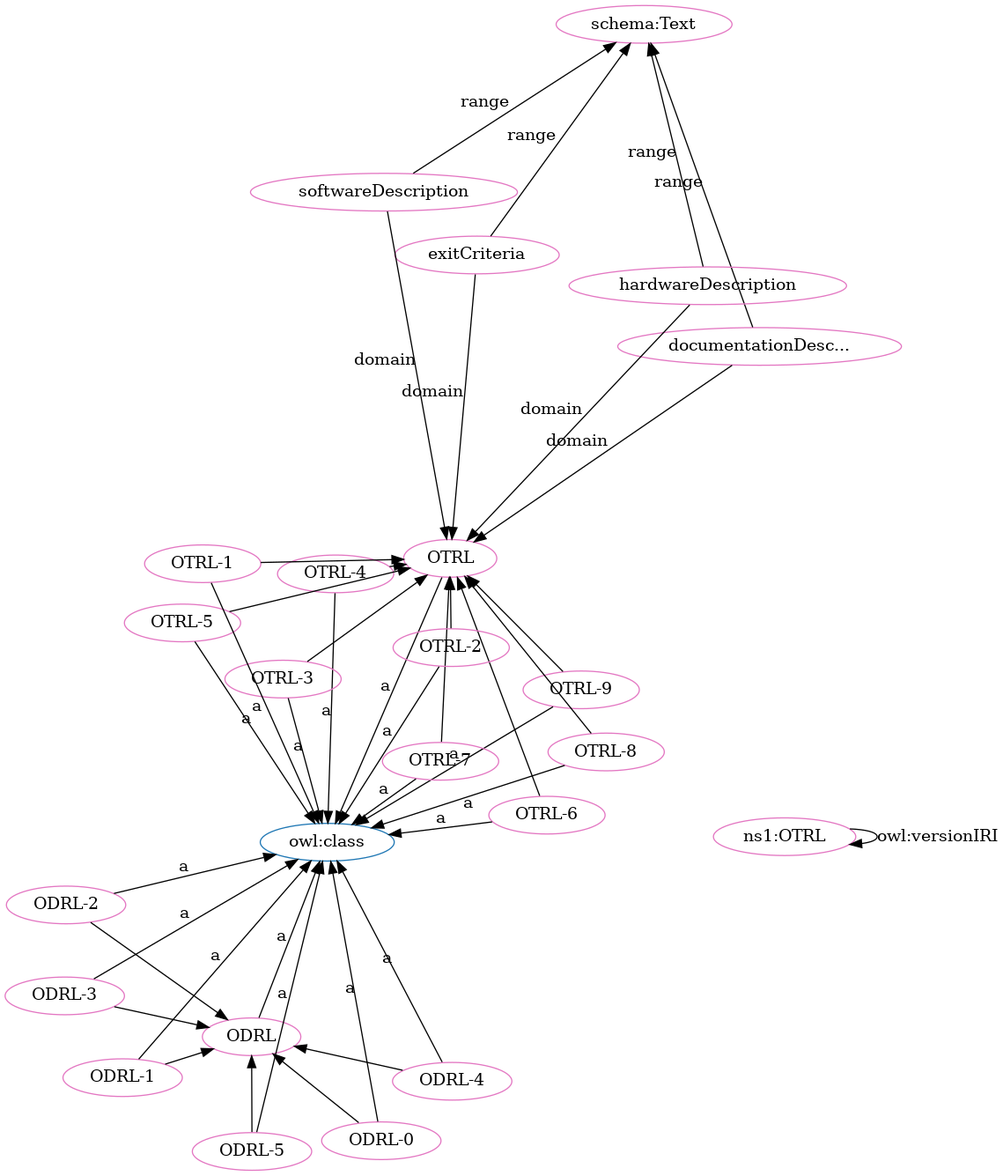
Above: OTRL-clean.png in OPEN-NEXT/OKH-LOSH (Graphviz), before the change. Its source is kept beside it as OTRL-clean.dot.
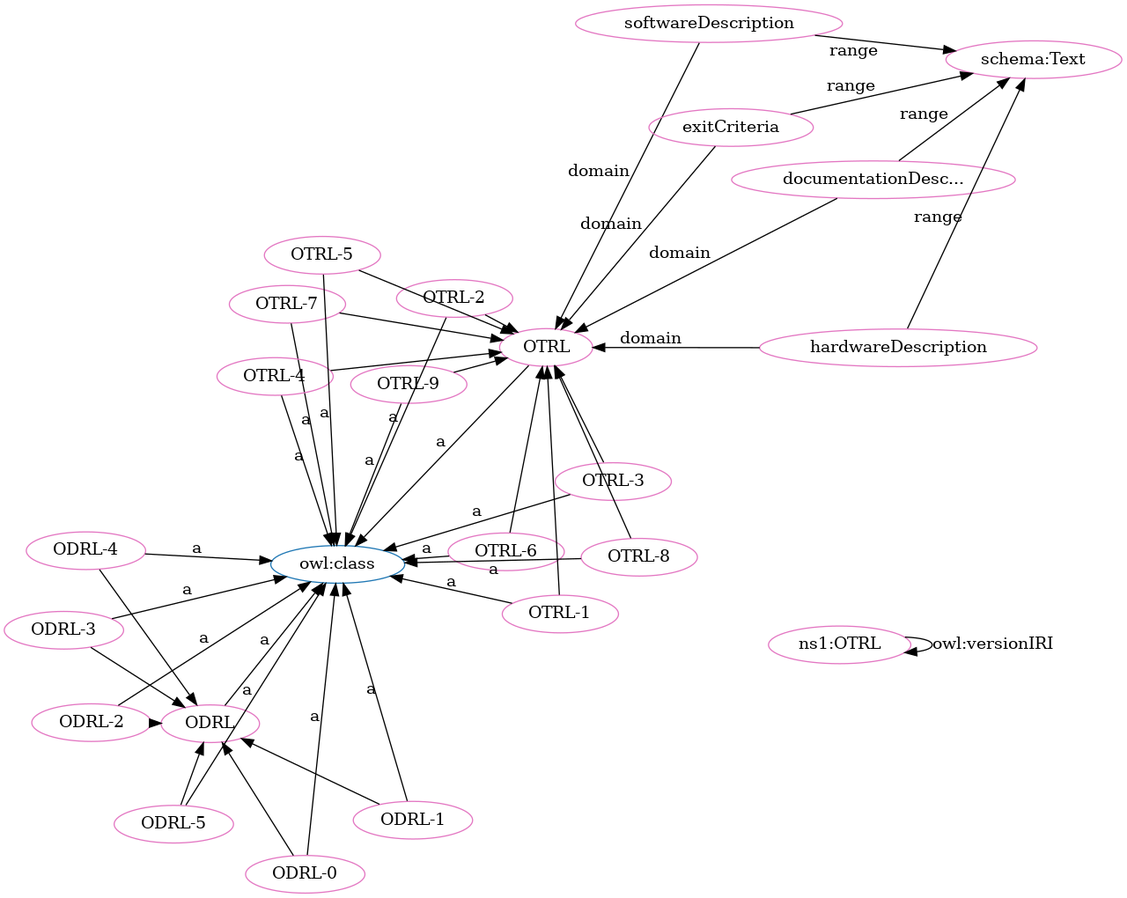
Above is the later version.

The edit, as a diff of the source:
```diff
@@ -1,71 +1,71 @@
 digraph G {
   rankdir=BT
   node[height=.3]
+"http://www.w3.org/2002/07/owl#class" [fillcolor="#1f77b4" color="#1f77b4" label="owl:class"]
+"http://purl.org/oseg/ontologies/OTRL#OTRL" [fillcolor="#1f77b4" color="#1f77b4" label="OTRL"]
 "http://purl.org/oseg/ontologies/OTRL#ODRL" [fillcolor="#1f77b4" color="#1f77b4" label="ODRL"]
-"http://purl.org/oseg/ontologies/OTRL#OTRL" [fillcolor="#1f77b4" color="#1f77b4" label="OTRL"]
-"http://www.w3.org/2002/07/owl#class" [fillcolor="#1f77b4" color="#1f77b4" label="owl:class"]
+"http://purl.org/oseg/ontologies/OTRL#ODRL-4" [fillcolor="#e377c2" color="#e377c2" label="ODRL-4"]
+"http://purl.org/oseg/ontologies/OTRL#ODRL-0" [fillcolor="#e377c2" color="#e377c2" label="ODRL-0"]
+"http://purl.org/oseg/ontologies/OTRL#OTRL" [fillcolor="#e377c2" color="#e377c2" label="OTRL"]
+"http://schema.org/Text" [fillcolor="#e377c2" color="#e377c2" label="schema:Text"]
+"http://purl.org/oseg/ontologies/OTRL#OTRL-7" [fillcolor="#e377c2" color="#e377c2" label="OTRL-7"]
+"http://purl.org/oseg/ontologies/OTRL#documentationDescription" [fillcolor="#e377c2" color="#e377c2" label="documentationDesc..."]
+"http://purl.org/oseg/ontologies/OTRL#softwareDescription" [fillcolor="#e377c2" color="#e377c2" label="softwareDescription"]
+"http://purl.org/oseg/ontologies/OTRL#OTRL-4" [fillcolor="#e377c2" color="#e377c2" label="OTRL-4"]
+"http://purl.org/oseg/ontologies/OTRL" [fillcolor="#e377c2" color="#e377c2" label="ns1:OTRL"]
+"http://purl.org/oseg/ontologies/OTRL#ODRL" [fillcolor="#e377c2" color="#e377c2" label="ODRL"]
+"http://purl.org/oseg/ontologies/OTRL#OTRL-3" [fillcolor="#e377c2" color="#e377c2" label="OTRL-3"]
+"http://purl.org/oseg/ontologies/OTRL#OTRL-9" [fillcolor="#e377c2" color="#e377c2" label="OTRL-9"]
+"http://purl.org/oseg/ontologies/OTRL#OTRL-6" [fillcolor="#e377c2" color="#e377c2" label="OTRL-6"]
+"http://purl.org/oseg/ontologies/OTRL#hardwareDescription" [fillcolor="#e377c2" color="#e377c2" label="hardwareDescription"]
+"http://purl.org/oseg/ontologies/OTRL#OTRL-2" [fillcolor="#e377c2" color="#e377c2" label="OTRL-2"]
+"http://purl.org/oseg/ontologies/OTRL#ODRL-5" [fillcolor="#e377c2" color="#e377c2" label="ODRL-5"]
+"http://purl.org/oseg/ontologies/OTRL#ODRL-1" [fillcolor="#e377c2" color="#e377c2" label="ODRL-1"]
+"http://purl.org/oseg/ontologies/OTRL#OTRL-1" [fillcolor="#e377c2" color="#e377c2" label="OTRL-1"]
+"http://purl.org/oseg/ontologies/OTRL#OTRL-5" [fillcolor="#e377c2" color="#e377c2" label="OTRL-5"]
 "http://purl.org/oseg/ontologies/OTRL#ODRL-3" [fillcolor="#e377c2" color="#e377c2" label="ODRL-3"]
-"http://purl.org/oseg/ontologies/OTRL#OTRL-9" [fillcolor="#e377c2" color="#e377c2" label="OTRL-9"]
-"http://purl.org/oseg/ontologies/OTRL#ODRL" [fillcolor="#e377c2" color="#e377c2" label="ODRL"]
-"http://purl.org/oseg/ontologies/OTRL#documentationDescription" [fillcolor="#e377c2" color="#e377c2" label="documentationDesc..."]
-"http://purl.org/oseg/ontologies/OTRL#OTRL" [fillcolor="#e377c2" color="#e377c2" label="OTRL"]
-"http://purl.org/oseg/ontologies/OTRL#ODRL-5" [fillcolor="#e377c2" color="#e377c2" label="ODRL-5"]
+"http://purl.org/oseg/ontologies/OTRL#OTRL-8" [fillcolor="#e377c2" color="#e377c2" label="OTRL-8"]
 "http://purl.org/oseg/ontologies/OTRL#ODRL-2" [fillcolor="#e377c2" color="#e377c2" label="ODRL-2"]
-"http://purl.org/oseg/ontologies/OTRL#OTRL-4" [fillcolor="#e377c2" color="#e377c2" label="OTRL-4"]
-"http://purl.org/oseg/ontologies/OTRL#OTRL-7" [fillcolor="#e377c2" color="#e377c2" label="OTRL-7"]
-"http://purl.org/oseg/ontologies/OTRL#ODRL-0" [fillcolor="#e377c2" color="#e377c2" label="ODRL-0"]
-"http://purl.org/oseg/ontologies/OTRL#ODRL-1" [fillcolor="#e377c2" color="#e377c2" label="ODRL-1"]
-"http://purl.org/oseg/ontologies/OTRL#OTRL-3" [fillcolor="#e377c2" color="#e377c2" label="OTRL-3"]
-"http://schema.org/Text" [fillcolor="#e377c2" color="#e377c2" label="schema:Text"]
-"http://purl.org/oseg/ontologies/OTRL#OTRL-8" [fillcolor="#e377c2" color="#e377c2" label="OTRL-8"]
-"http://purl.org/oseg/ontologies/OTRL#OTRL-6" [fillcolor="#e377c2" color="#e377c2" label="OTRL-6"]
-"http://purl.org/oseg/ontologies/OTRL#ODRL-4" [fillcolor="#e377c2" color="#e377c2" label="ODRL-4"]
-"http://purl.org/oseg/ontologies/OTRL#OTRL-5" [fillcolor="#e377c2" color="#e377c2" label="OTRL-5"]
 "http://purl.org/oseg/ontologies/OTRL#exitCriteria" [fillcolor="#e377c2" color="#e377c2" label="exitCriteria"]
-"http://purl.org/oseg/ontologies/OTRL" [fillcolor="#e377c2" color="#e377c2" label="ns1:OTRL"]
-"http://purl.org/oseg/ontologies/OTRL#softwareDescription" [fillcolor="#e377c2" color="#e377c2" label="softwareDescription"]
-"http://purl.org/oseg/ontologies/OTRL#hardwareDescription" [fillcolor="#e377c2" color="#e377c2" label="hardwareDescription"]
-"http://purl.org/oseg/ontologies/OTRL#OTRL-1" [fillcolor="#e377c2" color="#e377c2" label="OTRL-1"]
-"http://purl.org/oseg/ontologies/OTRL#OTRL-2" [fillcolor="#e377c2" color="#e377c2" label="OTRL-2"]
+  "http://purl.org/oseg/ontologies/OTRL#ODRL-0" -> "http://www.w3.org/2002/07/owl#class" [label="a"]
+  "http://purl.org/oseg/ontologies/OTRL#exitCriteria" -> "http://schema.org/Text" [label="range"]
+  "http://purl.org/oseg/ontologies/OTRL#OTRL-7" -> "http://www.w3.org/2002/07/owl#class" [label="a"]
+  "http://purl.org/oseg/ontologies/OTRL#ODRL-5" -> "http://purl.org/oseg/ontologies/OTRL#ODRL" [label=""]
+  "http://purl.org/oseg/ontologies/OTRL#OTRL-3" -> "http://www.w3.org/2002/07/owl#class" [label="a"]
+  "http://purl.org/oseg/ontologies/OTRL" -> "http://purl.org/oseg/ontologies/OTRL" [label="owl:versionIRI"]
+  "http://purl.org/oseg/ontologies/OTRL#OTRL-1" -> "http://purl.org/oseg/ontologies/OTRL#OTRL" [label=""]
+  "http://purl.org/oseg/ontologies/OTRL#documentationDescription" -> "http://schema.org/Text" [label="range"]
+  "http://purl.org/oseg/ontologies/OTRL#ODRL-5" -> "http://www.w3.org/2002/07/owl#class" [label="a"]
+  "http://purl.org/oseg/ontologies/OTRL#softwareDescription" -> "http://schema.org/Text" [label="range"]
+  "http://purl.org/oseg/ontologies/OTRL#OTRL-4" -> "http://purl.org/oseg/ontologies/OTRL#OTRL" [label=""]
+  "http://purl.org/oseg/ontologies/OTRL#OTRL-8" -> "http://purl.org/oseg/ontologies/OTRL#OTRL" [label=""]
+  "http://purl.org/oseg/ontologies/OTRL#documentationDescription" -> "http://purl.org/oseg/ontologies/OTRL#OTRL" [label="domain"]
+  "http://purl.org/oseg/ontologies/OTRL#OTRL-3" -> "http://purl.org/oseg/ontologies/OTRL#OTRL" [label=""]
+  "http://purl.org/oseg/ontologies/OTRL#OTRL-2" -> "http://purl.org/oseg/ontologies/OTRL#OTRL" [label=""]
+  "http://purl.org/oseg/ontologies/OTRL#ODRL-1" -> "http://purl.org/oseg/ontologies/OTRL#ODRL" [label=""]
+  "http://purl.org/oseg/ontologies/OTRL#ODRL-1" -> "http://www.w3.org/2002/07/owl#class" [label="a"]
+  "http://purl.org/oseg/ontologies/OTRL#OTRL-1" -> "http://www.w3.org/2002/07/owl#class" [label="a"]
+  "http://purl.org/oseg/ontologies/OTRL#OTRL-8" -> "http://www.w3.org/2002/07/owl#class" [label="a"]
+  "http://purl.org/oseg/ontologies/OTRL#ODRL-2" -> "http://www.w3.org/2002/07/owl#class" [label="a"]
+  "http://purl.org/oseg/ontologies/OTRL#ODRL-4" -> "http://www.w3.org/2002/07/owl#class" [label="a"]
+  "http://purl.org/oseg/ontologies/OTRL#OTRL-6" -> "http://purl.org/oseg/ontologies/OTRL#OTRL" [label=""]
+  "http://purl.org/oseg/ontologies/OTRL#OTRL-9" -> "http://purl.org/oseg/ontologies/OTRL#OTRL" [label=""]
+  "http://purl.org/oseg/ontologies/OTRL#OTRL-4" -> "http://www.w3.org/2002/07/owl#class" [label="a"]
+  "http://purl.org/oseg/ontologies/OTRL#ODRL-2" -> "http://purl.org/oseg/ontologies/OTRL#ODRL" [label=""]
+  "http://purl.org/oseg/ontologies/OTRL#OTRL-9" -> "http://www.w3.org/2002/07/owl#class" [label="a"]
+  "http://purl.org/oseg/ontologies/OTRL#ODRL-4" -> "http://purl.org/oseg/ontologies/OTRL#ODRL" [label=""]
+  "http://purl.org/oseg/ontologies/OTRL#OTRL-5" -> "http://purl.org/oseg/ontologies/OTRL#OTRL" [label=""]
+  "http://purl.org/oseg/ontologies/OTRL#OTRL-6" -> "http://www.w3.org/2002/07/owl#class" [label="a"]
+  "http://purl.org/oseg/ontologies/OTRL#OTRL-2" -> "http://www.w3.org/2002/07/owl#class" [label="a"]
+  "http://purl.org/oseg/ontologies/OTRL#ODRL" -> "http://www.w3.org/2002/07/owl#class" [label="a"]
+  "http://purl.org/oseg/ontologies/OTRL#OTRL" -> "http://www.w3.org/2002/07/owl#class" [label="a"]
+  "http://purl.org/oseg/ontologies/OTRL#softwareDescription" -> "http://purl.org/oseg/ontologies/OTRL#OTRL" [label="domain"]
+  "http://purl.org/oseg/ontologies/OTRL#hardwareDescription" -> "http://schema.org/Text" [label="range"]
+  "http://purl.org/oseg/ontologies/OTRL#ODRL-3" -> "http://purl.org/oseg/ontologies/OTRL#ODRL" [label=""]
+  "http://purl.org/oseg/ontologies/OTRL#hardwareDescription" -> "http://purl.org/oseg/ontologies/OTRL#OTRL" [label="domain"]
+  "http://purl.org/oseg/ontologies/OTRL#OTRL-5" -> "http://www.w3.org/2002/07/owl#class" [label="a"]
   "http://purl.org/oseg/ontologies/OTRL#ODRL-3" -> "http://www.w3.org/2002/07/owl#class" [label="a"]
-  "http://purl.org/oseg/ontologies/OTRL#ODRL-4" -> "http://purl.org/oseg/ontologies/OTRL#ODRL" [label=""]
+  "http://purl.org/oseg/ontologies/OTRL#exitCriteria" -> "http://purl.org/oseg/ontologies/OTRL#OTRL" [label="domain"]
   "http://purl.org/oseg/ontologies/OTRL#OTRL-7" -> "http://purl.org/oseg/ontologies/OTRL#OTRL" [label=""]
-  "http://purl.org/oseg/ontologies/OTRL#ODRL-5" -> "http://www.w3.org/2002/07/owl#class" [label="a"]
-  "http://purl.org/oseg/ontologies/OTRL#OTRL-4" -> "http://www.w3.org/2002/07/owl#class" [label="a"]
-  "http://purl.org/oseg/ontologies/OTRL#OTRL-7" -> "http://www.w3.org/2002/07/owl#class" [label="a"]
-  "http://purl.org/oseg/ontologies/OTRL#documentationDescription" -> "http://purl.org/oseg/ontologies/OTRL#OTRL" [label="domain"]
-  "http://purl.org/oseg/ontologies/OTRL#softwareDescription" -> "http://purl.org/oseg/ontologies/OTRL#OTRL" [label="domain"]
   "http://purl.org/oseg/ontologies/OTRL#ODRL-0" -> "http://purl.org/oseg/ontologies/OTRL#ODRL" [label=""]
-  "http://purl.org/oseg/ontologies/OTRL#ODRL-1" -> "http://www.w3.org/2002/07/owl#class" [label="a"]
-  "http://purl.org/oseg/ontologies/OTRL#OTRL-3" -> "http://www.w3.org/2002/07/owl#class" [label="a"]
-  "http://purl.org/oseg/ontologies/OTRL#OTRL-6" -> "http://www.w3.org/2002/07/owl#class" [label="a"]
-  "http://purl.org/oseg/ontologies/OTRL#hardwareDescription" -> "http://purl.org/oseg/ontologies/OTRL#OTRL" [label="domain"]
-  "http://purl.org/oseg/ontologies/OTRL#OTRL-4" -> "http://purl.org/oseg/ontologies/OTRL#OTRL" [label=""]
-  "http://purl.org/oseg/ontologies/OTRL#exitCriteria" -> "http://schema.org/Text" [label="range"]
-  "http://purl.org/oseg/ontologies/OTRL#documentationDescription" -> "http://schema.org/Text" [label="range"]
-  "http://purl.org/oseg/ontologies/OTRL#OTRL-8" -> "http://purl.org/oseg/ontologies/OTRL#OTRL" [label=""]
-  "http://purl.org/oseg/ontologies/OTRL#ODRL-3" -> "http://purl.org/oseg/ontologies/OTRL#ODRL" [label=""]
-  "http://purl.org/oseg/ontologies/OTRL#exitCriteria" -> "http://purl.org/oseg/ontologies/OTRL#OTRL" [label="domain"]
-  "http://purl.org/oseg/ontologies/OTRL#softwareDescription" -> "http://schema.org/Text" [label="range"]
-  "http://purl.org/oseg/ontologies/OTRL#OTRL-6" -> "http://purl.org/oseg/ontologies/OTRL#OTRL" [label=""]
-  "http://purl.org/oseg/ontologies/OTRL#ODRL-1" -> "http://purl.org/oseg/ontologies/OTRL#ODRL" [label=""]
-  "http://purl.org/oseg/ontologies/OTRL" -> "http://purl.org/oseg/ontologies/OTRL" [label="owl:versionIRI"]
-  "http://purl.org/oseg/ontologies/OTRL#OTRL-1" -> "http://www.w3.org/2002/07/owl#class" [label="a"]
-  "http://purl.org/oseg/ontologies/OTRL#OTRL-9" -> "http://www.w3.org/2002/07/owl#class" [label="a"]
-  "http://purl.org/oseg/ontologies/OTRL#ODRL-2" -> "http://www.w3.org/2002/07/owl#class" [label="a"]
-  "http://purl.org/oseg/ontologies/OTRL#ODRL-0" -> "http://www.w3.org/2002/07/owl#class" [label="a"]
-  "http://purl.org/oseg/ontologies/OTRL#ODRL-5" -> "http://purl.org/oseg/ontologies/OTRL#ODRL" [label=""]
-  "http://purl.org/oseg/ontologies/OTRL#OTRL-5" -> "http://purl.org/oseg/ontologies/OTRL#OTRL" [label=""]
-  "http://purl.org/oseg/ontologies/OTRL#OTRL-1" -> "http://purl.org/oseg/ontologies/OTRL#OTRL" [label=""]
-  "http://purl.org/oseg/ontologies/OTRL#hardwareDescription" -> "http://schema.org/Text" [label="range"]
-  "http://purl.org/oseg/ontologies/OTRL#OTRL-8" -> "http://www.w3.org/2002/07/owl#class" [label="a"]
-  "http://purl.org/oseg/ontologies/OTRL#OTRL-9" -> "http://purl.org/oseg/ontologies/OTRL#OTRL" [label=""]
-  "http://purl.org/oseg/ontologies/OTRL#ODRL-4" -> "http://www.w3.org/2002/07/owl#class" [label="a"]
-  "http://purl.org/oseg/ontologies/OTRL#OTRL-5" -> "http://www.w3.org/2002/07/owl#class" [label="a"]
-  "http://purl.org/oseg/ontologies/OTRL#OTRL-3" -> "http://purl.org/oseg/ontologies/OTRL#OTRL" [label=""]
-  "http://purl.org/oseg/ontologies/OTRL#ODRL-2" -> "http://purl.org/oseg/ontologies/OTRL#ODRL" [label=""]
-  "http://purl.org/oseg/ontologies/OTRL#ODRL" -> "http://www.w3.org/2002/07/owl#class" [label="a"]
-  "http://purl.org/oseg/ontologies/OTRL#OTRL-2" -> "http://purl.org/oseg/ontologies/OTRL#OTRL" [label=""]
-  "http://purl.org/oseg/ontologies/OTRL#OTRL" -> "http://www.w3.org/2002/07/owl#class" [label="a"]
-  "http://purl.org/oseg/ontologies/OTRL#OTRL-2" -> "http://www.w3.org/2002/07/owl#class" [label="a"]
 }
```
